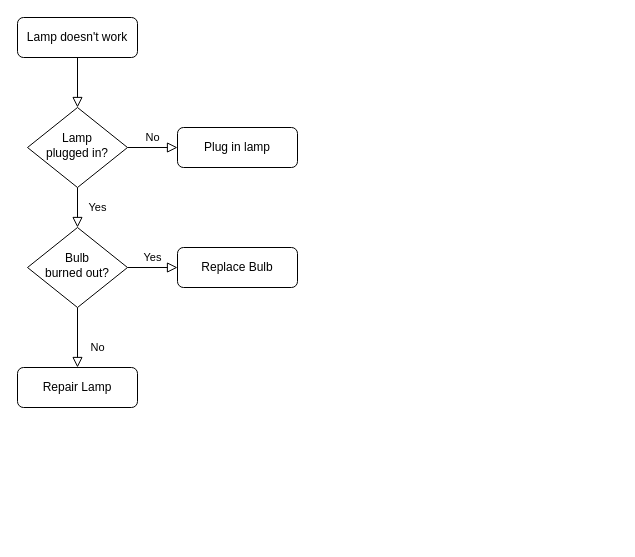
The draw.io diagram Untitled Diagram.drawio in bhanucvbmg/Connect-It, before the edit. Source tidied: cells renumbered, new cells numbered last; positions are measured from the earlier drawing's top-left corner, leaving out a move shared by most shapes. Both pictures are drawn from the tidied source at 100%, with x=0, y=0 at pixel (17, 17).
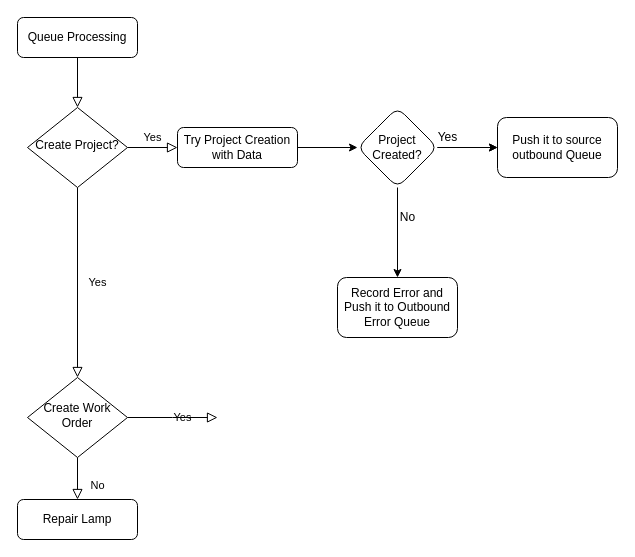
The same diagram, later.

What changed in the source:
```diff
@@
-    <mxCell id="3" value="Lamp doesn't work" style="rounded=1;whiteSpace=wrap;html=1;fontSize=12;glass=0;strokeWidth=1;shadow=0;" parent="1" vertex="1">
+    <mxCell id="3" value="Queue Processing" style="rounded=1;whiteSpace=wrap;html=1;fontSize=12;glass=0;strokeWidth=1;shadow=0;" parent="1" vertex="1">
       <mxGeometry width="120" height="40" as="geometry" />
     </mxCell>
@@
-    <mxCell id="5" value="No" style="edgeStyle=orthogonalEdgeStyle;rounded=0;html=1;jettySize=auto;fontSize=11;endArrow=block;endFill=0;endSize=8;strokeWidth=1;shadow=0;labelBackgroundColor=none;" parent="1" edge="1" source="6" target="7">
+    <mxCell id="5" value="Yes" style="edgeStyle=orthogonalEdgeStyle;rounded=0;html=1;jettySize=auto;fontSize=11;endArrow=block;endFill=0;endSize=8;strokeWidth=1;shadow=0;labelBackgroundColor=none;" parent="1" edge="1" source="6" target="7">
       <mxGeometry y="10" relative="1" as="geometry" />
     </mxCell>
-    <mxCell id="6" value="Lamp&lt;br&gt;plugged in?" style="rhombus;whiteSpace=wrap;html=1;shadow=0;fontFamily=Helvetica;fontSize=12;align=center;strokeWidth=1;spacing=6;spacingTop=-4;" parent="1" vertex="1">
+    <mxCell id="6" value="Create Project?" style="rhombus;whiteSpace=wrap;html=1;shadow=0;fontFamily=Helvetica;fontSize=12;align=center;strokeWidth=1;spacing=6;spacingTop=-4;" parent="1" vertex="1">
       <mxGeometry x="10" y="90" width="100" height="80" as="geometry" />
     </mxCell>
+    <mxCell id="13" style="edgeStyle=orthogonalEdgeStyle;rounded=0;jettySize=auto;html=1;" parent="1" edge="1" source="7" target="17">
+      <mxGeometry relative="1" as="geometry" />
+    </mxCell>
-    <mxCell id="7" value="Plug in lamp" style="rounded=1;whiteSpace=wrap;html=1;fontSize=12;glass=0;strokeWidth=1;shadow=0;" parent="1" vertex="1">
+    <mxCell id="7" value="Try Project Creation with Data" style="rounded=1;whiteSpace=wrap;html=1;fontSize=12;glass=0;strokeWidth=1;shadow=0;" parent="1" vertex="1">
       <mxGeometry x="160" y="110" width="120" height="40" as="geometry" />
     </mxCell>
@@
-    <mxCell id="9" value="Yes" style="edgeStyle=orthogonalEdgeStyle;rounded=0;html=1;jettySize=auto;fontSize=11;endArrow=block;endFill=0;endSize=8;strokeWidth=1;shadow=0;labelBackgroundColor=none;" parent="1" edge="1" source="10" target="12">
-      <mxGeometry y="10" relative="1" as="geometry" />
+    <mxCell id="9" value="Yes" style="edgeStyle=orthogonalEdgeStyle;rounded=0;html=1;jettySize=auto;fontSize=11;endArrow=block;endFill=0;endSize=8;strokeWidth=1;shadow=0;labelBackgroundColor=none;" parent="1" edge="1" source="10">
+      <mxGeometry y="10" relative="1" as="geometry">
+        <mxPoint x="200" y="400" as="targetPoint" />
+      </mxGeometry>
     </mxCell>
-    <mxCell id="10" value="Bulb&lt;br&gt;burned out?" style="rhombus;whiteSpace=wrap;html=1;shadow=0;fontFamily=Helvetica;fontSize=12;align=center;strokeWidth=1;spacing=6;spacingTop=-4;" parent="1" vertex="1">
-      <mxGeometry x="10" y="210" width="100" height="80" as="geometry" />
+    <mxCell id="10" value="Create Work Order" style="rhombus;whiteSpace=wrap;html=1;shadow=0;fontFamily=Helvetica;fontSize=12;align=center;strokeWidth=1;spacing=6;spacingTop=-4;" parent="1" vertex="1">
+      <mxGeometry x="10" y="360" width="100" height="80" as="geometry" />
     </mxCell>
     <mxCell id="11" value="Repair Lamp" style="rounded=1;whiteSpace=wrap;html=1;fontSize=12;glass=0;strokeWidth=1;shadow=0;" parent="1" vertex="1">
-      <mxGeometry y="350" width="120" height="40" as="geometry" />
+      <mxGeometry y="482" width="120" height="40" as="geometry" />
     </mxCell>
-    <mxCell id="12" value="Replace Bulb" style="rounded=1;whiteSpace=wrap;html=1;fontSize=12;glass=0;strokeWidth=1;shadow=0;" parent="1" vertex="1">
-      <mxGeometry x="160" y="230" width="120" height="40" as="geometry" />
-    </mxCell>
+    <mxCell id="14" style="edgeStyle=orthogonalEdgeStyle;rounded=0;jettySize=auto;html=1;" parent="1" edge="1" source="17" target="18">
+      <mxGeometry relative="1" as="geometry" />
+    </mxCell>
+    <mxCell id="15" style="edgeStyle=orthogonalEdgeStyle;rounded=0;jettySize=auto;html=1;" parent="1" edge="1" source="17" target="18">
+      <mxGeometry relative="1" as="geometry" />
+    </mxCell>
+    <mxCell id="16" style="edgeStyle=orthogonalEdgeStyle;rounded=0;jettySize=auto;html=1;" parent="1" edge="1" source="17" target="20">
+      <mxGeometry relative="1" as="geometry" />
+    </mxCell>
+    <mxCell id="17" value="Project Created?" style="rhombus;whiteSpace=wrap;html=1;rounded=1;shadow=0;strokeWidth=1;glass=0;" parent="1" vertex="1">
+      <mxGeometry x="340" y="90" width="80" height="80" as="geometry" />
+    </mxCell>
+    <mxCell id="18" value="Push it to source outbound Queue" style="whiteSpace=wrap;html=1;rounded=1;shadow=0;strokeWidth=1;glass=0;" parent="1" vertex="1">
+      <mxGeometry x="480" y="100" width="120" height="60" as="geometry" />
+    </mxCell>
+    <mxCell id="19" value="Yes" style="text;html=1;align=center;verticalAlign=middle;" parent="1" vertex="1">
+      <mxGeometry x="410" y="110" width="40" height="20" as="geometry" />
+    </mxCell>
+    <mxCell id="20" value="Record Error and Push it to Outbound Error Queue" style="whiteSpace=wrap;html=1;rounded=1;shadow=0;strokeWidth=1;glass=0;" parent="1" vertex="1">
+      <mxGeometry x="320" y="260" width="120" height="60" as="geometry" />
+    </mxCell>
+    <mxCell id="21" value="No" style="text;html=1;align=center;verticalAlign=middle;" parent="1" vertex="1">
+      <mxGeometry x="375" y="190" width="30" height="20" as="geometry" />
+    </mxCell>
```
